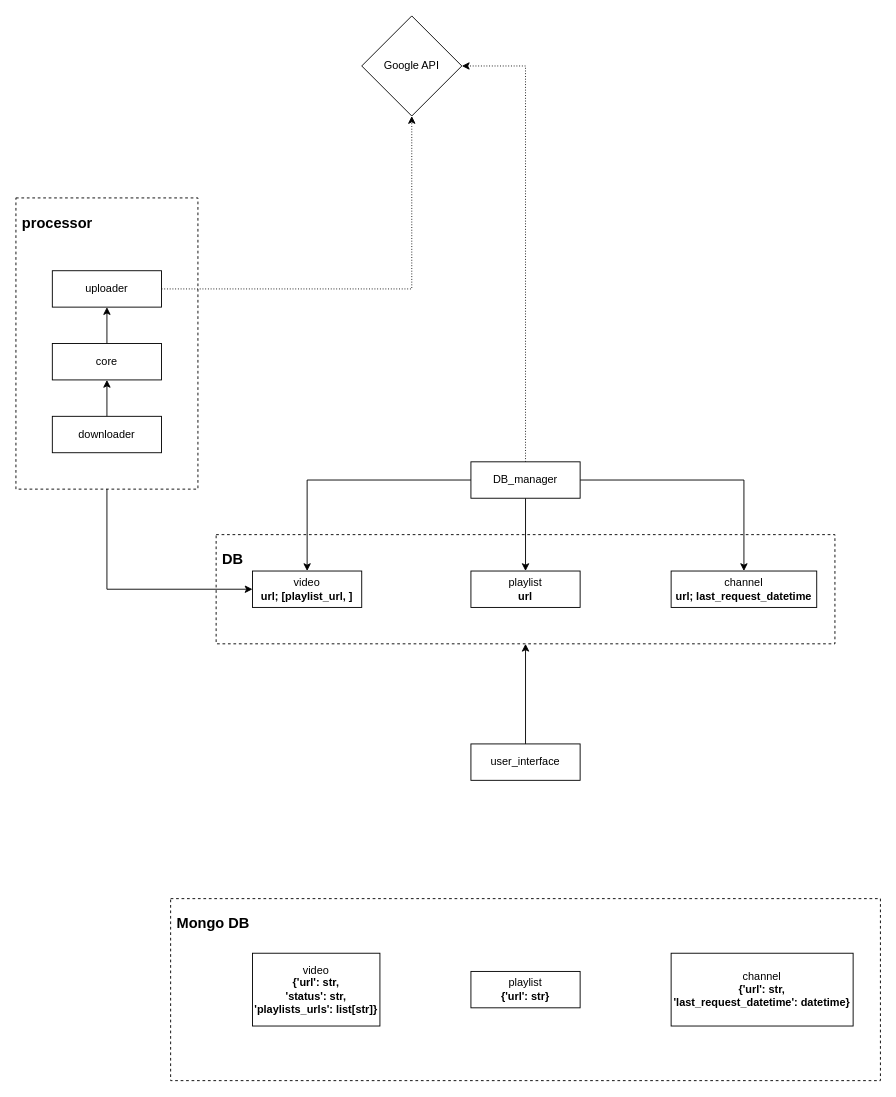
The draw.io diagram Untitled Diagram.drawio in Sinoosoida/PyCutBot, before the edit. Source tidied: cells renumbered, new cells numbered last; positions are measured from the earlier drawing's top-left corner, leaving out a move shared by most shapes. Both pictures are drawn from the tidied source at 91%, with x=0, y=0 at pixel (15, 15).
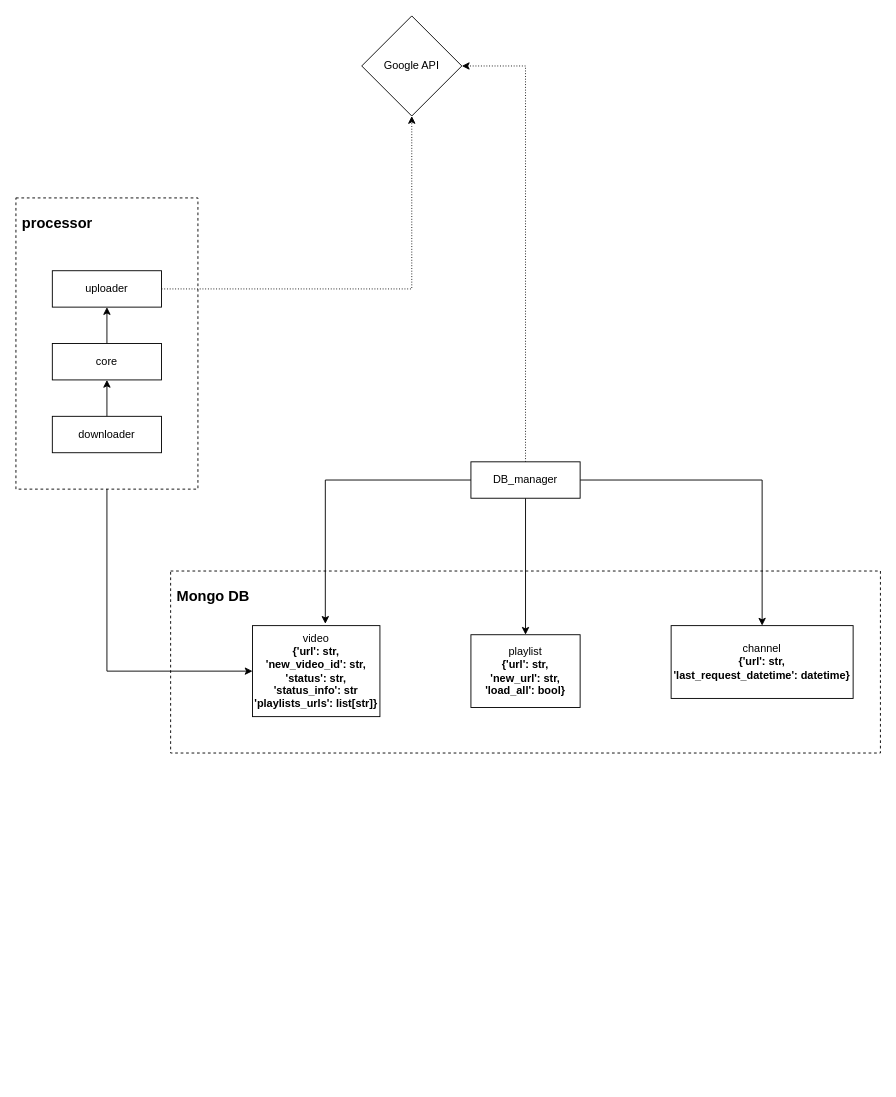
The same page after the edit.

Unchanged cells that the change refers to:
```xml
<mxCell id="11" value="DB_manager" style="rounded=0;whiteSpace=wrap;html=1;" parent="1" vertex="1">
  <mxGeometry x="500" y="490" width="120" height="40" as="geometry" />
</mxCell>
```

What changed in the source:
```diff
@@
+    <mxCell id="22" value="&lt;h1 style=&quot;font-size: 16px&quot;&gt;Mongo DB&lt;/h1&gt;" style="rounded=0;whiteSpace=wrap;html=1;dashed=1;align=left;verticalAlign=top;horizontal=1;fontSize=16;spacingLeft=5;" parent="1" vertex="1">
+      <mxGeometry x="170" y="610" width="780" height="200" as="geometry" />
+    </mxCell>
@@
-    <mxCell id="3" value="&lt;h1 style=&quot;font-size: 16px&quot;&gt;DB&lt;/h1&gt;" style="rounded=0;whiteSpace=wrap;html=1;dashed=1;align=left;verticalAlign=top;horizontal=1;fontSize=16;spacingLeft=5;" parent="1" vertex="1">
-      <mxGeometry x="220" y="570" width="680" height="120" as="geometry" />
-    </mxCell>
-    <mxCell id="4" value="video&lt;br&gt;&lt;b&gt;url; [playlist_url, ]&lt;/b&gt;" style="rounded=0;whiteSpace=wrap;html=1;" parent="1" vertex="1">
-      <mxGeometry x="260" y="610" width="120" height="40" as="geometry" />
-    </mxCell>
-    <mxCell id="5" value="playlist&lt;br&gt;&lt;b&gt;url&lt;/b&gt;" style="rounded=0;whiteSpace=wrap;html=1;" parent="1" vertex="1">
-      <mxGeometry x="500" y="610" width="120" height="40" as="geometry" />
-    </mxCell>
-    <mxCell id="6" value="channel&lt;br&gt;&lt;b&gt;url; last_request_datetime&lt;br&gt;&lt;/b&gt;" style="rounded=0;whiteSpace=wrap;html=1;" parent="1" vertex="1">
-      <mxGeometry x="720" y="610" width="160" height="40" as="geometry" />
-    </mxCell>
-    <mxCell id="7" style="edgeStyle=orthogonalEdgeStyle;rounded=0;jettySize=auto;html=1;entryX=0.5;entryY=0;entryDx=0;entryDy=0;fontSize=16;exitX=0;exitY=0.5;exitDx=0;exitDy=0;" parent="1" edge="1" source="11" target="4">
+    <mxCell id="7" style="edgeStyle=orthogonalEdgeStyle;rounded=0;jettySize=auto;html=1;fontSize=16;exitX=0;exitY=0.5;exitDx=0;exitDy=0;" parent="1" edge="1" source="11">
       <mxGeometry relative="1" as="geometry">
+        <mxPoint x="340" y="668" as="targetPoint" />
         <Array as="points">
-          <mxPoint x="320" y="510" />
+          <mxPoint x="340" y="510" />
         </Array>
       </mxGeometry>
     </mxCell>
-    <mxCell id="8" style="edgeStyle=orthogonalEdgeStyle;rounded=0;jettySize=auto;html=1;fontSize=16;" parent="1" edge="1" source="11" target="5">
+    <mxCell id="8" style="edgeStyle=orthogonalEdgeStyle;rounded=0;jettySize=auto;html=1;fontSize=16;entryX=0.5;entryY=0;entryDx=0;entryDy=0;" parent="1" edge="1" source="11" target="24">
       <mxGeometry relative="1" as="geometry" />
     </mxCell>
-    <mxCell id="9" style="edgeStyle=orthogonalEdgeStyle;rounded=0;jettySize=auto;html=1;entryX=0.5;entryY=0;entryDx=0;entryDy=0;fontSize=16;" parent="1" edge="1" source="11" target="6">
+    <mxCell id="9" style="edgeStyle=orthogonalEdgeStyle;rounded=0;jettySize=auto;html=1;fontSize=16;" parent="1" edge="1" source="11" target="25">
       <mxGeometry relative="1" as="geometry" />
     </mxCell>
@@
-    <mxCell id="12" style="edgeStyle=orthogonalEdgeStyle;rounded=0;jettySize=auto;html=1;entryX=0.5;entryY=1;entryDx=0;entryDy=0;fontSize=16;" parent="1" edge="1" source="13" target="3">
-      <mxGeometry relative="1" as="geometry" />
-    </mxCell>
-    <mxCell id="13" value="user_interface" style="rounded=0;whiteSpace=wrap;html=1;" parent="1" vertex="1">
-      <mxGeometry x="500" y="800" width="120" height="40" as="geometry" />
-    </mxCell>
@@
-    <mxCell id="18" style="edgeStyle=orthogonalEdgeStyle;rounded=0;jettySize=auto;html=1;entryX=0;entryY=0.5;entryDx=0;entryDy=0;fontSize=16;" parent="1" edge="1" target="4">
-      <mxGeometry relative="1" as="geometry">
-        <mxPoint x="100" y="520" as="sourcePoint" />
-        <Array as="points">
-          <mxPoint x="100" y="630" />
-        </Array>
-      </mxGeometry>
-    </mxCell>
@@
-    <mxCell id="22" value="&lt;h1 style=&quot;font-size: 16px&quot;&gt;Mongo DB&lt;/h1&gt;" style="rounded=0;whiteSpace=wrap;html=1;dashed=1;align=left;verticalAlign=top;horizontal=1;fontSize=16;spacingLeft=5;" parent="1" vertex="1">
-      <mxGeometry x="170" y="970" width="780" height="200" as="geometry" />
-    </mxCell>
-    <mxCell id="23" value="video&lt;br&gt;&lt;b&gt;{'url': str,&lt;br&gt;'status': str,&lt;br&gt;'playlists_urls': list[str]}&lt;/b&gt;" style="rounded=0;whiteSpace=wrap;html=1;" parent="1" vertex="1">
-      <mxGeometry x="260" y="1030" width="140" height="80" as="geometry" />
+    <mxCell id="23" value="video&lt;br&gt;&lt;b&gt;{'url': str,&lt;br&gt;'new_video_id': str,&lt;br&gt;'status': str,&lt;br&gt;'status_info': str&lt;br&gt;'playlists_urls': list[str]}&lt;/b&gt;" style="rounded=0;whiteSpace=wrap;html=1;" parent="1" vertex="1">
+      <mxGeometry x="260" y="670" width="140" height="100" as="geometry" />
     </mxCell>
-    <mxCell id="24" value="playlist&lt;br&gt;&lt;b&gt;{'url': str}&lt;/b&gt;" style="rounded=0;whiteSpace=wrap;html=1;" parent="1" vertex="1">
-      <mxGeometry x="500" y="1050" width="120" height="40" as="geometry" />
+    <mxCell id="24" value="playlist&lt;br&gt;&lt;b&gt;{'url': str,&lt;br&gt;'new_url': str,&lt;br&gt;'load_all': bool}&lt;/b&gt;" style="rounded=0;whiteSpace=wrap;html=1;" parent="1" vertex="1">
+      <mxGeometry x="500" y="680" width="120" height="80" as="geometry" />
     </mxCell>
     <mxCell id="25" value="channel&lt;br&gt;&lt;b&gt;{'url': str,&lt;br&gt;'&lt;/b&gt;&lt;b&gt;last_request_datetime': datetime}&lt;/b&gt;&lt;b&gt;&lt;br&gt;&lt;/b&gt;" style="rounded=0;whiteSpace=wrap;html=1;" parent="1" vertex="1">
-      <mxGeometry x="720" y="1030" width="200" height="80" as="geometry" />
+      <mxGeometry x="720" y="670" width="200" height="80" as="geometry" />
     </mxCell>
+    <mxCell id="18" style="edgeStyle=orthogonalEdgeStyle;rounded=0;jettySize=auto;html=1;entryX=0;entryY=0.5;entryDx=0;entryDy=0;fontSize=16;" parent="1" edge="1" target="23">
+      <mxGeometry relative="1" as="geometry">
+        <mxPoint x="100" y="520" as="sourcePoint" />
+        <Array as="points">
+          <mxPoint x="100" y="720" />
+        </Array>
+      </mxGeometry>
+    </mxCell>
```
